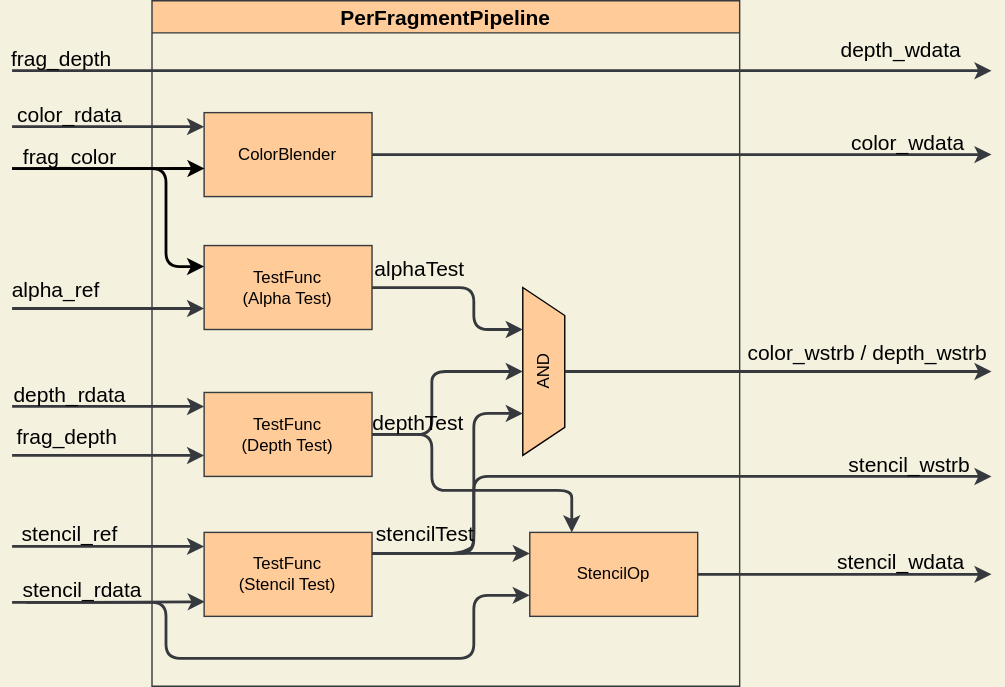
ToNi3141/Rasterix keeps this draw.io diagram as pictures/PerFragmentPipeline.drawio.svg. Above is the earlier version. Source tidied: cells renumbered, new cells last; positions are measured from the earlier drawing's top-left corner, leaving out a move shared by most shapes.
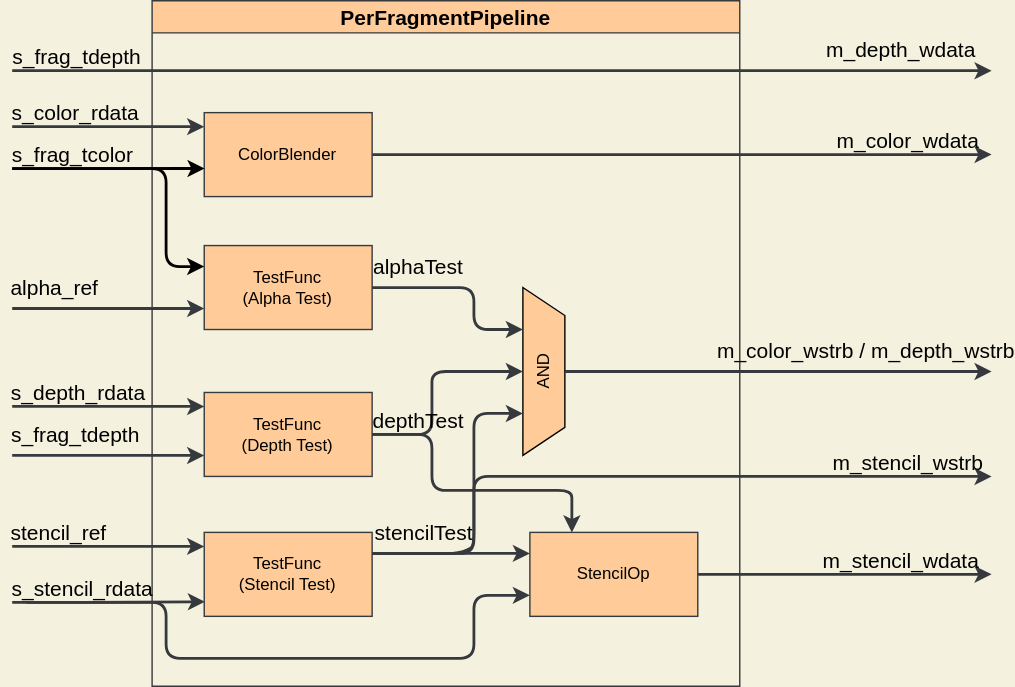
After the change.

Diff of the diagram source:
```diff
@@ -86,7 +86,7 @@
         <mxPoint x="600" y="110" as="targetPoint" />
       </mxGeometry>
     </mxCell>
-    <mxCell id="17" value="color_wdata" style="edgeLabel;html=1;align=center;verticalAlign=middle;fontColor=#000000;labelBackgroundColor=none;fontSize=15;" parent="16" vertex="1">
+    <mxCell id="17" value="m_color_wdata" style="edgeLabel;html=1;align=center;verticalAlign=middle;fontColor=#000000;labelBackgroundColor=none;fontSize=15;" parent="16" vertex="1">
       <mxGeometry x="-0.44" relative="1" as="geometry">
         <mxPoint x="259" y="-10" as="offset" />
       </mxGeometry>
@@ -96,7 +96,7 @@
         <mxPoint x="600" y="265" as="targetPoint" />
       </mxGeometry>
     </mxCell>
-    <mxCell id="19" value="color_wstrb / depth_wstrb" style="edgeLabel;html=1;align=center;verticalAlign=middle;fontColor=#000000;labelBackgroundColor=none;fontSize=15;" parent="18" vertex="1">
+    <mxCell id="19" value="m_color_wstrb / m_depth_wstrb" style="edgeLabel;html=1;align=center;verticalAlign=middle;fontColor=#000000;labelBackgroundColor=none;fontSize=15;" parent="18" vertex="1">
       <mxGeometry x="-0.44" relative="1" as="geometry">
         <mxPoint x="130" y="-15" as="offset" />
       </mxGeometry>
@@ -107,7 +107,7 @@
         <mxPoint x="600" y="410" as="targetPoint" />
       </mxGeometry>
     </mxCell>
-    <mxCell id="21" value="stencil_wdata" style="edgeLabel;html=1;align=center;verticalAlign=middle;fontColor=#000000;labelBackgroundColor=none;fontSize=15;" parent="20" vertex="1">
+    <mxCell id="21" value="m_stencil_wdata" style="edgeLabel;html=1;align=center;verticalAlign=middle;fontColor=#000000;labelBackgroundColor=none;fontSize=15;" parent="20" vertex="1">
       <mxGeometry x="-0.44" relative="1" as="geometry">
         <mxPoint x="86" y="-10" as="offset" />
       </mxGeometry>
@@ -122,7 +122,7 @@
         </Array>
       </mxGeometry>
     </mxCell>
-    <mxCell id="23" value="stencil_wstrb" style="edgeLabel;html=1;align=center;verticalAlign=middle;fontColor=#000000;labelBackgroundColor=none;fontSize=15;" parent="22" vertex="1">
+    <mxCell id="23" value="m_stencil_wstrb" style="edgeLabel;html=1;align=center;verticalAlign=middle;fontColor=#000000;labelBackgroundColor=none;fontSize=15;" parent="22" vertex="1">
       <mxGeometry x="0.39" y="3" relative="1" as="geometry">
         <mxPoint x="91" y="-7" as="offset" />
       </mxGeometry>
@@ -140,9 +140,9 @@
         <mxPoint y="325" as="sourcePoint" />
       </mxGeometry>
     </mxCell>
-    <mxCell id="27" value="frag_depth" style="edgeLabel;html=1;align=center;verticalAlign=middle;fontColor=#000000;labelBackgroundColor=none;fontSize=15;" parent="26" vertex="1">
+    <mxCell id="27" value="s_frag_tdepth" style="edgeLabel;html=1;align=center;verticalAlign=middle;fontColor=#000000;labelBackgroundColor=none;fontSize=15;" parent="26" vertex="1">
       <mxGeometry x="-0.44" relative="1" as="geometry">
-        <mxPoint y="-15" as="offset" />
+        <mxPoint x="7" y="-15" as="offset" />
       </mxGeometry>
     </mxCell>
     <mxCell id="28" style="edgeStyle=orthogonalEdgeStyle;html=1;labelBackgroundColor=none;fontSize=15;fontColor=#000000;startArrow=none;startFill=0;strokeColor=#000000;strokeWidth=2;entryX=0.002;entryY=0.665;entryDx=0;entryDy=0;entryPerimeter=0;" parent="1" edge="1" target="25">
@@ -162,9 +162,9 @@
         </Array>
       </mxGeometry>
     </mxCell>
-    <mxCell id="30" value="frag_color" style="edgeLabel;html=1;align=center;verticalAlign=middle;fontColor=#000000;labelBackgroundColor=none;fontSize=15;" parent="29" vertex="1">
+    <mxCell id="30" value="s_frag_tcolor" style="edgeLabel;html=1;align=center;verticalAlign=middle;fontColor=#000000;labelBackgroundColor=none;fontSize=15;" parent="29" vertex="1">
       <mxGeometry x="-0.62" y="1" relative="1" as="geometry">
-        <mxPoint y="-9" as="offset" />
+        <mxPoint x="3" y="-9" as="offset" />
       </mxGeometry>
     </mxCell>
     <mxCell id="31" style="endArrow=classic;html=1;fontSize=15;fontColor=#000000;strokeWidth=2;fillColor=#cce5ff;strokeColor=#36393d;labelBackgroundColor=none;entryX=0.004;entryY=0.826;entryDx=0;entryDy=0;entryPerimeter=0;" parent="1" edge="1" target="5">
@@ -175,7 +175,7 @@
         </Array>
       </mxGeometry>
     </mxCell>
-    <mxCell id="32" value="stencil_rdata" style="edgeLabel;html=1;align=center;verticalAlign=middle;fontColor=#000000;labelBackgroundColor=none;fontSize=15;" parent="31" vertex="1">
+    <mxCell id="32" value="s_stencil_rdata" style="edgeLabel;html=1;align=center;verticalAlign=middle;fontColor=#000000;labelBackgroundColor=none;fontSize=15;" parent="31" vertex="1">
       <mxGeometry x="-0.83" y="-1" relative="1" as="geometry">
         <mxPoint x="38" y="-11" as="offset" />
       </mxGeometry>
@@ -197,9 +197,9 @@
         <mxPoint x="137.2" y="290" as="targetPoint" />
       </mxGeometry>
     </mxCell>
-    <mxCell id="36" value="depth_rdata" style="edgeLabel;html=1;align=center;verticalAlign=middle;fontColor=#000000;labelBackgroundColor=none;fontSize=15;" parent="35" vertex="1">
+    <mxCell id="36" value="s_depth_rdata" style="edgeLabel;html=1;align=center;verticalAlign=middle;fontColor=#000000;labelBackgroundColor=none;fontSize=15;" parent="35" vertex="1">
       <mxGeometry x="-0.44" relative="1" as="geometry">
-        <mxPoint x="2" y="-10" as="offset" />
+        <mxPoint x="9" y="-10" as="offset" />
       </mxGeometry>
     </mxCell>
     <mxCell id="37" style="endArrow=classic;html=1;fontSize=15;fontColor=#000000;strokeWidth=2;fillColor=#cce5ff;strokeColor=#36393d;labelBackgroundColor=none;entryX=0;entryY=0.75;entryDx=0;entryDy=0;" parent="1" edge="1">
@@ -208,9 +208,9 @@
         <mxPoint x="137.2" y="90" as="targetPoint" />
       </mxGeometry>
     </mxCell>
-    <mxCell id="38" value="color_rdata" style="edgeLabel;html=1;align=center;verticalAlign=middle;fontColor=#000000;labelBackgroundColor=none;fontSize=15;" parent="37" vertex="1">
+    <mxCell id="38" value="s_color_rdata" style="edgeLabel;html=1;align=center;verticalAlign=middle;fontColor=#000000;labelBackgroundColor=none;fontSize=15;" parent="37" vertex="1">
       <mxGeometry x="-0.44" relative="1" as="geometry">
-        <mxPoint x="2" y="-10" as="offset" />
+        <mxPoint x="7" y="-10" as="offset" />
       </mxGeometry>
     </mxCell>
     <mxCell id="39" style="endArrow=classic;html=1;fontSize=15;fontColor=#000000;strokeWidth=2;fillColor=#cce5ff;strokeColor=#36393d;labelBackgroundColor=none;entryX=0;entryY=0.5;entryDx=0;entryDy=0;" parent="1" edge="1">
@@ -221,7 +221,7 @@
     </mxCell>
     <mxCell id="40" value="stencil_ref" style="edgeLabel;html=1;align=center;verticalAlign=middle;fontColor=#000000;labelBackgroundColor=none;fontSize=15;" parent="39" vertex="1">
       <mxGeometry x="-0.44" relative="1" as="geometry">
-        <mxPoint x="2" y="-10" as="offset" />
+        <mxPoint x="-5" y="-10" as="offset" />
       </mxGeometry>
     </mxCell>
     <mxCell id="41" style="endArrow=classic;html=1;fontSize=15;fontColor=#000000;strokeWidth=2;fillColor=#cce5ff;strokeColor=#36393d;labelBackgroundColor=none;" parent="1" edge="1">
@@ -230,13 +230,13 @@
         <mxPoint x="700" y="50" as="targetPoint" />
       </mxGeometry>
     </mxCell>
-    <mxCell id="42" value="frag_depth" style="edgeLabel;html=1;align=center;verticalAlign=middle;fontColor=#000000;labelBackgroundColor=none;fontSize=15;" parent="41" vertex="1">
+    <mxCell id="42" value="s_frag_tdepth" style="edgeLabel;html=1;align=center;verticalAlign=middle;fontColor=#000000;labelBackgroundColor=none;fontSize=15;" parent="41" vertex="1">
       <mxGeometry x="-0.44" relative="1" as="geometry">
-        <mxPoint x="-161" y="-10" as="offset" />
+        <mxPoint x="-149" y="-10" as="offset" />
       </mxGeometry>
     </mxCell>
-    <mxCell id="43" value="depth_wdata" style="text;html=1;align=center;verticalAlign=middle;strokeColor=none;fillColor=none;fontColor=#000000;labelBackgroundColor=none;fontSize=15;" parent="1" vertex="1">
-      <mxGeometry x="580" y="20" width="110" height="30" as="geometry" />
+    <mxCell id="43" value="m_depth_wdata" style="text;html=1;align=center;verticalAlign=middle;strokeColor=none;fillColor=none;fontColor=#000000;labelBackgroundColor=none;fontSize=15;" parent="1" vertex="1">
+      <mxGeometry x="570" y="20" width="130" height="30" as="geometry" />
     </mxCell>
   </root>
 </mxGraphModel>
```
